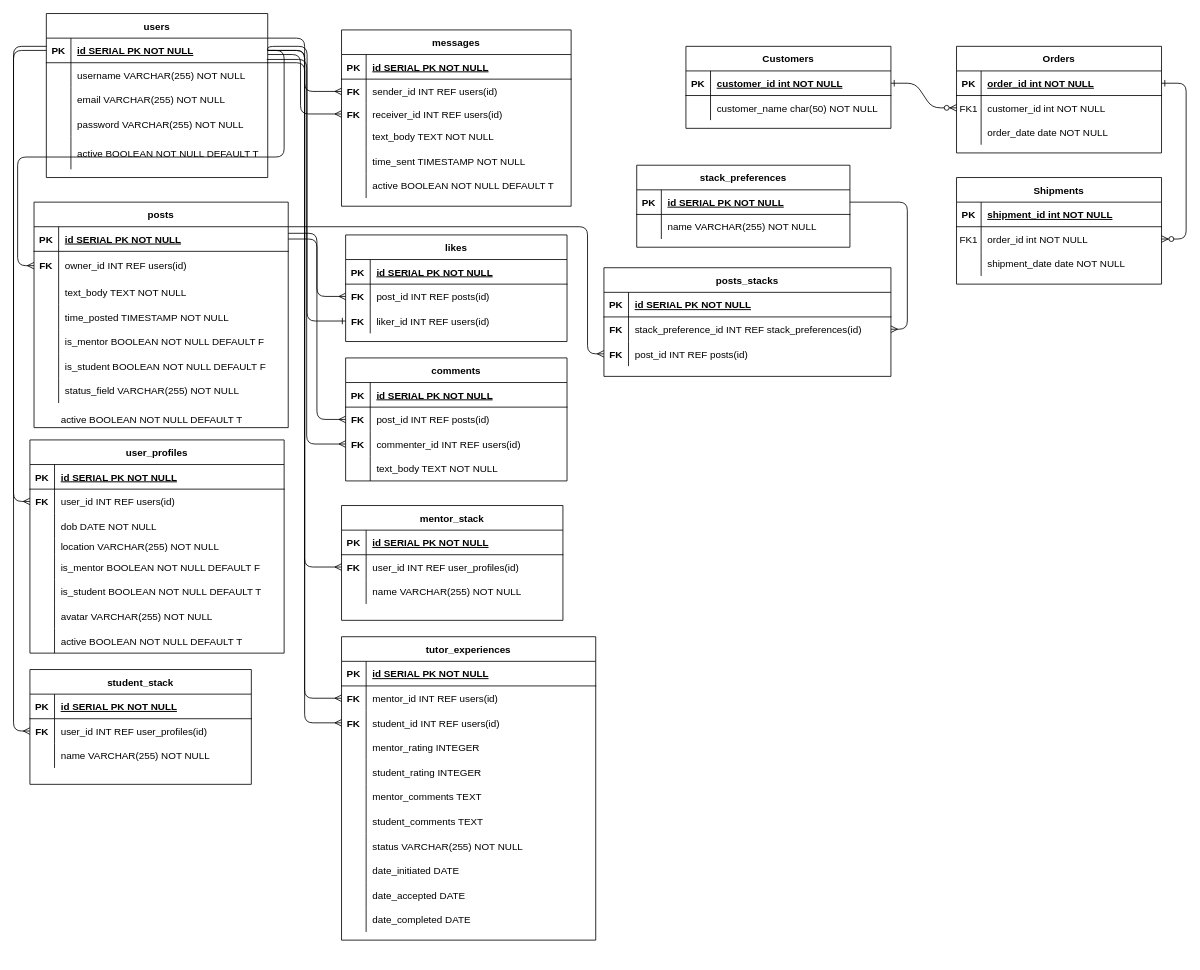
mgibby91/social_network keeps this draw.io diagram as erd.drawio. Above is the earlier version. Source tidied: cells renumbered, new cells numbered last; positions are measured from the earlier drawing's top-left corner, leaving out a move shared by most shapes. Both pictures are drawn from the tidied source at 82%, with x=0, y=0 at pixel (13, 13).
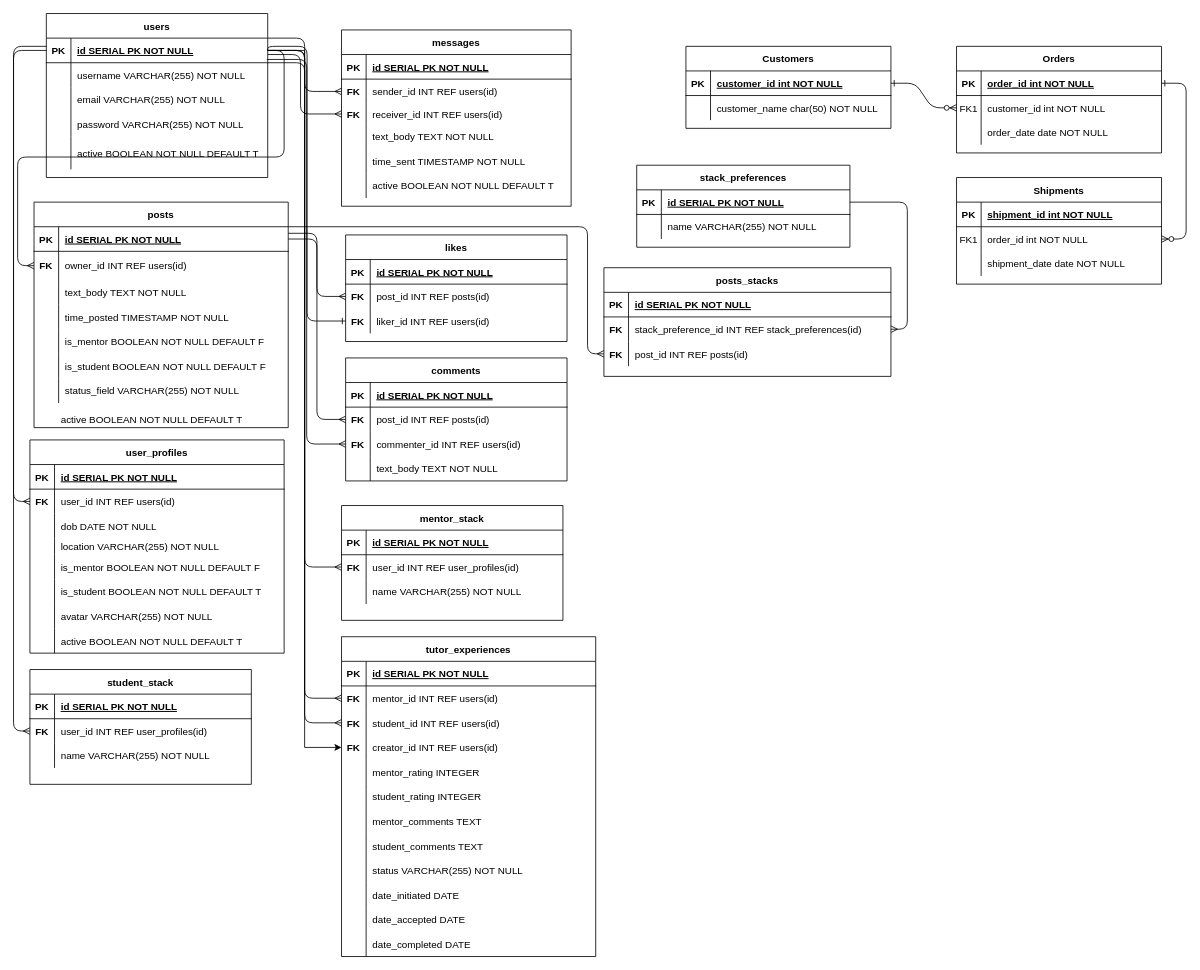
The same diagram, later.

The change refers to these unchanged cells:
```xml
<mxCell id="42" style="shape=partialRectangle;fillColor=none;top=0;left=0;bottom=1;right=0;points=[[0,0.5],[1,0.5]];portConstraint=eastwest;" parent="41" vertex="1">
  <mxGeometry y="30" width="270" height="30" as="geometry" />
</mxCell>
```

Change to the diagram source:
```diff
@@
     <mxCell id="116" value="tutor_experiences" style="shape=table;startSize=30;childLayout=tableLayout;rowLines=0;fontStyle=1;align=center;" parent="1" vertex="1">
-      <mxGeometry x="400" y="760" width="310" height="370" as="geometry" />
+      <mxGeometry x="400" y="760" width="310" height="390" as="geometry" />
     </mxCell>
@@
+    <mxCell id="222" style="shape=partialRectangle;fillColor=none;top=0;left=0;bottom=0;right=0;points=[[0,0.5],[1,0.5]];portConstraint=eastwest;" parent="116" vertex="1">
+      <mxGeometry y="120" width="310" height="30" as="geometry" />
+    </mxCell>
+    <mxCell id="223" value="FK" style="shape=partialRectangle;fillColor=none;top=0;left=0;bottom=0;right=0;overflow=hidden;fontStyle=1;" parent="222" vertex="1">
+      <mxGeometry width="30" height="30" as="geometry" />
+    </mxCell>
+    <mxCell id="224" value="creator_id INT REF users(id)" style="shape=partialRectangle;fillColor=none;top=0;left=0;bottom=0;right=0;align=left;spacingLeft=6;overflow=hidden;" parent="222" vertex="1">
+      <mxGeometry x="30" width="280" height="30" as="geometry" />
+    </mxCell>
     <mxCell id="126" style="shape=partialRectangle;fillColor=none;top=0;left=0;bottom=0;right=0;" parent="116" vertex="1">
-      <mxGeometry y="120" width="310" height="30" as="geometry" />
+      <mxGeometry y="150" width="310" height="30" as="geometry" />
     </mxCell>
@@
     <mxCell id="129" style="shape=partialRectangle;fillColor=none;top=0;left=0;bottom=0;right=0;" parent="116" vertex="1">
-      <mxGeometry y="150" width="310" height="30" as="geometry" />
+      <mxGeometry y="180" width="310" height="30" as="geometry" />
     </mxCell>
@@
     <mxCell id="132" style="shape=partialRectangle;fillColor=none;top=0;left=0;bottom=0;right=0;" parent="116" vertex="1">
-      <mxGeometry y="180" width="310" height="30" as="geometry" />
+      <mxGeometry y="210" width="310" height="30" as="geometry" />
     </mxCell>
@@
     <mxCell id="135" style="shape=partialRectangle;fillColor=none;top=0;left=0;bottom=0;right=0;" parent="116" vertex="1">
-      <mxGeometry y="210" width="310" height="30" as="geometry" />
+      <mxGeometry y="240" width="310" height="30" as="geometry" />
     </mxCell>
@@
     <mxCell id="138" style="shape=partialRectangle;fillColor=none;top=0;left=0;bottom=0;right=0;" parent="116" vertex="1">
-      <mxGeometry y="240" width="310" height="30" as="geometry" />
+      <mxGeometry y="270" width="310" height="30" as="geometry" />
     </mxCell>
@@
     <mxCell id="141" style="shape=partialRectangle;fillColor=none;top=0;left=0;bottom=0;right=0;" parent="116" vertex="1">
-      <mxGeometry y="270" width="310" height="30" as="geometry" />
+      <mxGeometry y="300" width="310" height="30" as="geometry" />
     </mxCell>
@@
     <mxCell id="144" style="shape=partialRectangle;fillColor=none;top=0;left=0;bottom=0;right=0;" parent="116" vertex="1">
-      <mxGeometry y="300" width="310" height="30" as="geometry" />
+      <mxGeometry y="330" width="310" height="30" as="geometry" />
     </mxCell>
@@
     <mxCell id="147" style="shape=partialRectangle;fillColor=none;top=0;left=0;bottom=0;right=0;" parent="116" vertex="1">
-      <mxGeometry y="330" width="310" height="30" as="geometry" />
+      <mxGeometry y="360" width="310" height="30" as="geometry" />
     </mxCell>
@@
+    <mxCell id="225" style="edgeStyle=orthogonalEdgeStyle;rounded=0;jettySize=auto;html=1;" parent="1" edge="1" source="42" target="222">
+      <mxGeometry relative="1" as="geometry" />
+    </mxCell>
```
